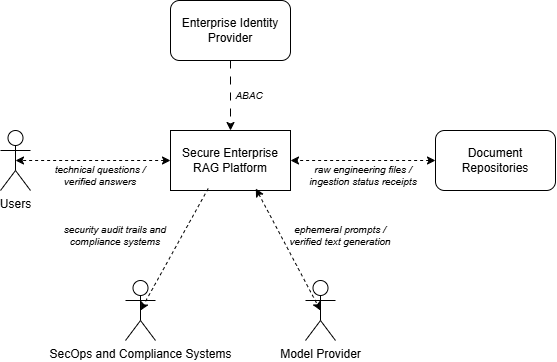
Earlier version of the draw.io export images/03_1_business_context.drawio.png (TanguyCarpaye/secure-rag). Source tidied: cells renumbered, new cells last; positions are measured from the earlier drawing's top-left corner, leaving out a move shared by most shapes.
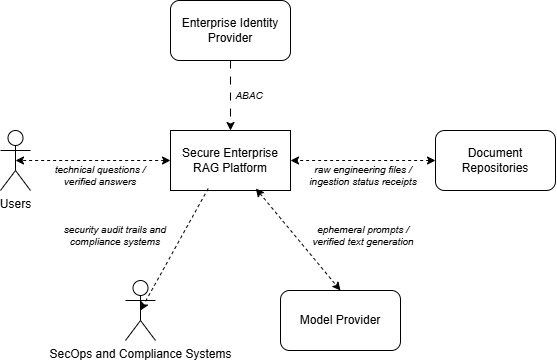
The same diagram one commit later.

Commit message:
Mettre à jour 03_1_business_context.drawio.png

Change to the diagram source:
```diff
@@ -5,9 +5,6 @@
     <mxCell id="2" value="Users" style="shape=umlActor;verticalLabelPosition=bottom;verticalAlign=top;html=1;outlineConnect=0;" parent="1" vertex="1">
       <mxGeometry y="130" width="30" height="60" as="geometry" />
     </mxCell>
-    <mxCell id="3" value="Model Provider" style="shape=umlActor;verticalLabelPosition=bottom;verticalAlign=top;html=1;outlineConnect=0;" parent="1" vertex="1">
-      <mxGeometry x="305" y="280" width="30" height="60" as="geometry" />
-    </mxCell>
     <mxCell id="4" value="SecOps and Compliance Systems" style="shape=umlActor;verticalLabelPosition=bottom;verticalAlign=top;html=1;outlineConnect=0;" parent="1" vertex="1">
       <mxGeometry x="125" y="280" width="30" height="60" as="geometry" />
     </mxCell>
@@ -20,7 +17,7 @@
     <mxCell id="7" style="endArrow=classic;startArrow=classic;html=1;rounded=0;entryX=0.5;entryY=0.5;entryDx=0;entryDy=0;entryPerimeter=0;dashed=1;" parent="1" edge="1" source="5" target="2">
       <mxGeometry relative="1" as="geometry" />
     </mxCell>
-    <mxCell id="8" style="endArrow=classic;startArrow=classic;html=1;rounded=0;entryX=0.5;entryY=0.5;entryDx=0;entryDy=0;entryPerimeter=0;dashed=1;exitX=0.711;exitY=0.967;exitDx=0;exitDy=0;exitPerimeter=0;" parent="1" edge="1" source="5" target="3">
+    <mxCell id="8" style="endArrow=classic;startArrow=classic;html=1;rounded=0;entryX=0.5;entryY=0;entryDx=0;entryDy=0;dashed=1;exitX=0.711;exitY=0.967;exitDx=0;exitDy=0;exitPerimeter=0;" parent="1" edge="1" source="5" target="3">
       <mxGeometry relative="1" as="geometry" />
     </mxCell>
     <mxCell id="9" style="endArrow=classic;startArrow=none;html=1;rounded=0;entryX=0.5;entryY=0.5;entryDx=0;entryDy=0;entryPerimeter=0;exitX=0.314;exitY=0.967;exitDx=0;exitDy=0;dashed=1;exitPerimeter=0;startFill=0;" parent="1" edge="1" source="5" target="4">
@@ -45,10 +42,13 @@
       <mxGeometry x="308" y="160" width="110" height="30" as="geometry" />
     </mxCell>
     <mxCell id="16" value="ephemeral prompts / verified text generation" style="text;html=1;whiteSpace=wrap;strokeColor=none;fillColor=none;align=center;verticalAlign=middle;rounded=0;fontStyle=2;fontSize=10;" parent="1" vertex="1">
-      <mxGeometry x="285" y="220" width="110" height="30" as="geometry" />
+      <mxGeometry x="308" y="220" width="110" height="30" as="geometry" />
     </mxCell>
     <mxCell id="17" value="security audit trails and compliance systems" style="text;html=1;whiteSpace=wrap;strokeColor=none;fillColor=none;align=center;verticalAlign=middle;rounded=0;fontStyle=2;fontSize=10;" parent="1" vertex="1">
       <mxGeometry x="60" y="220" width="110" height="30" as="geometry" />
     </mxCell>
+    <mxCell id="3" value="Model Provider" style="rounded=1;whiteSpace=wrap;html=1;" parent="1" vertex="1">
+      <mxGeometry x="280" y="290" width="120" height="60" as="geometry" />
+    </mxCell>
   </root>
 </mxGraphModel>
```
